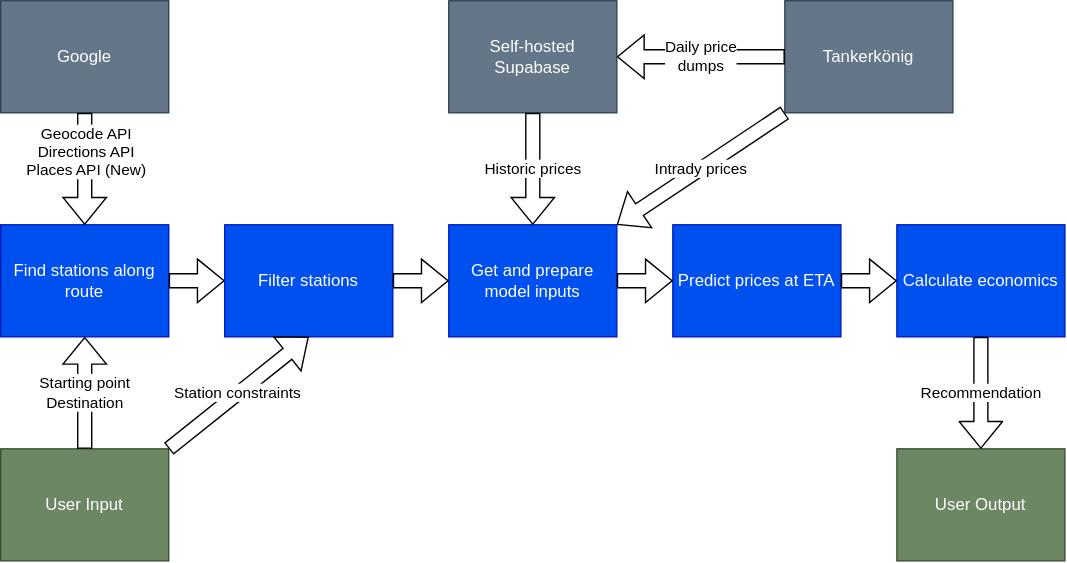
The draw.io diagram structure_graphs/dark_theme_workflow.drawio.svg in momade02/ds_project_main, before a commit. Source tidied: cells renumbered, new cells last; positions are measured from the earlier drawing's top-left corner, leaving out a move shared by most shapes. The source it was exported from:
```xml
<mxGraphModel>
  <root>
    <mxCell id="0" />
    <mxCell id="1" parent="0" />
    <mxCell id="2" value="Find stations along route" style="rounded=0;whiteSpace=wrap;html=1;fillColor=#0050ef;strokeColor=#001DBC;fontColor=#ffffff;" parent="1" vertex="1">
      <mxGeometry y="160" width="120" height="80" as="geometry" />
    </mxCell>
    <mxCell id="3" value="Get and prepare model inputs" style="rounded=0;whiteSpace=wrap;html=1;fillColor=#0050ef;strokeColor=#001DBC;fontColor=#ffffff;" parent="1" vertex="1">
      <mxGeometry x="320" y="160" width="120" height="80" as="geometry" />
    </mxCell>
    <mxCell id="4" value="Predict prices at ETA" style="rounded=0;whiteSpace=wrap;html=1;fillColor=#0050ef;strokeColor=#001DBC;fontColor=#ffffff;" parent="1" vertex="1">
      <mxGeometry x="480" y="160" width="120" height="80" as="geometry" />
    </mxCell>
    <mxCell id="5" value="Calculate economics" style="rounded=0;whiteSpace=wrap;html=1;fillColor=#0050ef;strokeColor=#001DBC;fontColor=#ffffff;" parent="1" vertex="1">
      <mxGeometry x="640" y="160" width="120" height="80" as="geometry" />
    </mxCell>
    <mxCell id="6" value="User Input" style="rounded=0;whiteSpace=wrap;html=1;fillColor=#6d8764;strokeColor=#3A5431;fontColor=#ffffff;" parent="1" vertex="1">
      <mxGeometry y="320" width="120" height="80" as="geometry" />
    </mxCell>
    <mxCell id="7" value="Starting point&lt;div&gt;Destination&lt;/div&gt;" style="shape=flexArrow;endArrow=classic;html=1;rounded=0;entryX=0.5;entryY=1;entryDx=0;entryDy=0;fillColor=none;" parent="1" edge="1" target="2">
      <mxGeometry relative="1" as="geometry">
        <mxPoint x="60" y="320" as="sourcePoint" />
      </mxGeometry>
    </mxCell>
    <mxCell id="8" value="Google" style="rounded=0;whiteSpace=wrap;html=1;fillColor=#647687;strokeColor=#314354;fontColor=#ffffff;" parent="1" vertex="1">
      <mxGeometry width="120" height="80" as="geometry" />
    </mxCell>
    <mxCell id="9" style="shape=flexArrow;endArrow=classic;html=1;rounded=0;entryX=0.5;entryY=0;entryDx=0;entryDy=0;" parent="1" edge="1" source="8" target="2">
      <mxGeometry relative="1" as="geometry" />
    </mxCell>
    <mxCell id="10" value="&lt;div&gt;Geocode API&lt;/div&gt;&lt;div&gt;Directions API&lt;/div&gt;&lt;div&gt;Places API (New)&lt;/div&gt;" style="edgeLabel;html=1;align=center;verticalAlign=middle;" parent="9" vertex="1">
      <mxGeometry x="-0.34" relative="1" as="geometry" />
    </mxCell>
    <mxCell id="11" style="shape=flexArrow;endArrow=classic;html=1;rounded=0;exitX=1;exitY=0.5;exitDx=0;exitDy=0;entryX=0;entryY=0.5;entryDx=0;entryDy=0;" parent="1" edge="1" source="2" target="20">
      <mxGeometry relative="1" as="geometry" />
    </mxCell>
    <mxCell id="12" style="shape=flexArrow;endArrow=classic;html=1;rounded=0;entryX=0;entryY=0.5;entryDx=0;entryDy=0;exitX=1;exitY=0.5;exitDx=0;exitDy=0;" parent="1" edge="1" source="3" target="4">
      <mxGeometry relative="1" as="geometry" />
    </mxCell>
    <mxCell id="13" style="shape=flexArrow;endArrow=classic;html=1;rounded=0;entryX=0;entryY=0.5;entryDx=0;entryDy=0;exitX=1;exitY=0.5;exitDx=0;exitDy=0;" parent="1" edge="1" source="4" target="5">
      <mxGeometry relative="1" as="geometry" />
    </mxCell>
    <mxCell id="14" value="Self-hosted Supabase" style="rounded=0;whiteSpace=wrap;html=1;fillColor=#647687;strokeColor=#314354;fontColor=#ffffff;" parent="1" vertex="1">
      <mxGeometry x="320" width="120" height="80" as="geometry" />
    </mxCell>
    <mxCell id="15" value="Tankerkönig" style="rounded=0;whiteSpace=wrap;html=1;fillColor=#647687;strokeColor=#314354;fontColor=#ffffff;" parent="1" vertex="1">
      <mxGeometry x="560" width="120" height="80" as="geometry" />
    </mxCell>
    <mxCell id="16" value="Historic prices" style="shape=flexArrow;endArrow=classic;html=1;rounded=0;exitX=0.5;exitY=1;exitDx=0;exitDy=0;entryX=0.5;entryY=0;entryDx=0;entryDy=0;" parent="1" edge="1" source="14" target="3">
      <mxGeometry relative="1" as="geometry" />
    </mxCell>
    <mxCell id="17" value="Intrady prices" style="shape=flexArrow;endArrow=classic;html=1;rounded=0;exitX=0;exitY=1;exitDx=0;exitDy=0;entryX=1;entryY=0;entryDx=0;entryDy=0;" parent="1" edge="1" source="15" target="3">
      <mxGeometry relative="1" as="geometry" />
    </mxCell>
    <mxCell id="18" value="Daily price&lt;br&gt;dumps" style="shape=flexArrow;endArrow=classic;html=1;rounded=0;exitX=0;exitY=0.5;exitDx=0;exitDy=0;entryX=1;entryY=0.5;entryDx=0;entryDy=0;fillColor=none;" parent="1" edge="1" source="15" target="14">
      <mxGeometry relative="1" as="geometry" />
    </mxCell>
    <mxCell id="19" value="User Output" style="rounded=0;whiteSpace=wrap;html=1;fillColor=#6d8764;strokeColor=#3A5431;fontColor=#ffffff;" parent="1" vertex="1">
      <mxGeometry x="640" y="320" width="120" height="80" as="geometry" />
    </mxCell>
    <mxCell id="20" value="Filter stations" style="rounded=0;whiteSpace=wrap;html=1;fillColor=#0050ef;strokeColor=#001DBC;fontColor=#ffffff;" parent="1" vertex="1">
      <mxGeometry x="160" y="160" width="120" height="80" as="geometry" />
    </mxCell>
    <mxCell id="21" style="shape=flexArrow;endArrow=classic;html=1;rounded=0;exitX=1;exitY=0.5;exitDx=0;exitDy=0;entryX=0;entryY=0.5;entryDx=0;entryDy=0;" parent="1" edge="1" source="20" target="3">
      <mxGeometry relative="1" as="geometry" />
    </mxCell>
    <mxCell id="22" value="Station constraints" style="shape=flexArrow;endArrow=classic;html=1;rounded=0;exitX=1;exitY=0;exitDx=0;exitDy=0;entryX=0.5;entryY=1;entryDx=0;entryDy=0;fillColor=none;" parent="1" edge="1" source="6" target="20">
      <mxGeometry relative="1" as="geometry" />
    </mxCell>
    <mxCell id="23" value="Recommendation&amp;nbsp;" style="shape=flexArrow;endArrow=classic;html=1;exitX=0.5;exitY=1;exitDx=0;exitDy=0;entryX=0.5;entryY=0;entryDx=0;entryDy=0;" parent="1" edge="1" source="5" target="19">
      <mxGeometry relative="1" as="geometry" />
    </mxCell>
  </root>
</mxGraphModel>
```
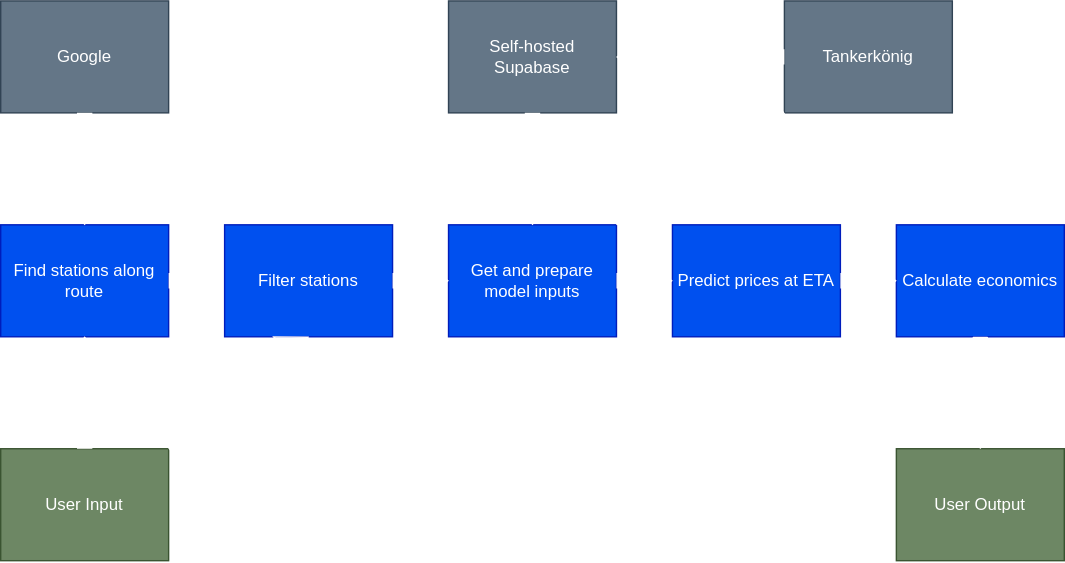
Above is the later version.

Commit message:
Refactor code structure for dark and light mode themes.

What changed in the source:
```diff
@@ -17,7 +17,7 @@
     <mxCell id="6" value="User Input" style="rounded=0;whiteSpace=wrap;html=1;fillColor=#6d8764;strokeColor=#3A5431;fontColor=#ffffff;" parent="1" vertex="1">
       <mxGeometry y="320" width="120" height="80" as="geometry" />
     </mxCell>
-    <mxCell id="7" value="Starting point&lt;div&gt;Destination&lt;/div&gt;" style="shape=flexArrow;endArrow=classic;html=1;rounded=0;entryX=0.5;entryY=1;entryDx=0;entryDy=0;fillColor=none;" parent="1" edge="1" target="2">
+    <mxCell id="7" value="&lt;font style=&quot;color: rgb(255, 255, 255);&quot;&gt;Starting point&lt;/font&gt;&lt;div&gt;&lt;font style=&quot;color: rgb(255, 255, 255);&quot;&gt;Destination&lt;/font&gt;&lt;/div&gt;" style="shape=flexArrow;endArrow=classic;html=1;rounded=0;entryX=0.5;entryY=1;entryDx=0;entryDy=0;fillColor=none;fontColor=#FFFFFF;labelBackgroundColor=none;strokeColor=#FFFFFF;labelPosition=right;verticalLabelPosition=middle;align=left;verticalAlign=middle;spacing=8;" parent="1" edge="1" target="2">
       <mxGeometry relative="1" as="geometry">
         <mxPoint x="60" y="320" as="sourcePoint" />
       </mxGeometry>
@@ -25,19 +25,24 @@
     <mxCell id="8" value="Google" style="rounded=0;whiteSpace=wrap;html=1;fillColor=#647687;strokeColor=#314354;fontColor=#ffffff;" parent="1" vertex="1">
       <mxGeometry width="120" height="80" as="geometry" />
     </mxCell>
-    <mxCell id="9" style="shape=flexArrow;endArrow=classic;html=1;rounded=0;entryX=0.5;entryY=0;entryDx=0;entryDy=0;" parent="1" edge="1" source="8" target="2">
+    <mxCell id="9" style="shape=flexArrow;endArrow=classic;html=1;rounded=0;entryX=0.5;entryY=0;entryDx=0;entryDy=0;fontColor=#FFFFFF;labelBackgroundColor=none;strokeColor=light-dark(#ffffff, #ededed);labelPosition=right;verticalLabelPosition=middle;align=left;verticalAlign=middle;" parent="1" edge="1" source="8" target="2">
       <mxGeometry relative="1" as="geometry" />
     </mxCell>
+    <mxCell id="24" value="&lt;div style=&quot;scrollbar-color: rgb(226, 226, 226) rgb(251, 251, 251);&quot;&gt;&lt;br&gt;&lt;/div&gt;" style="edgeLabel;html=1;align=center;verticalAlign=middle;fontFamily=Helvetica;fontSize=11;fontColor=light-dark(#ffffff, #ededed);labelBorderColor=none;labelBackgroundColor=none;" parent="9" vertex="1">
+      <mxGeometry x="-0.32" y="-4" relative="1" as="geometry" />
+    </mxCell>
-    <mxCell id="10" value="&lt;div&gt;Geocode API&lt;/div&gt;&lt;div&gt;Directions API&lt;/div&gt;&lt;div&gt;Places API (New)&lt;/div&gt;" style="edgeLabel;html=1;align=center;verticalAlign=middle;" parent="9" vertex="1">
-      <mxGeometry x="-0.34" relative="1" as="geometry" />
+    <mxCell id="10" value="Geocode API&lt;br&gt;Directions API&lt;br&gt;Places API (New)" style="edgeLabel;html=1;align=center;verticalAlign=middle;fontFamily=Helvetica;fontSize=11;fontColor=light-dark(#ffffff, #ededed);labelBorderColor=none;labelBackgroundColor=none;labelPosition=center;verticalLabelPosition=middle;horizontal=1;" parent="9" vertex="1">
+      <mxGeometry x="-0.22" y="1" relative="1" as="geometry">
+        <mxPoint x="49" as="offset" />
+      </mxGeometry>
     </mxCell>
-    <mxCell id="11" style="shape=flexArrow;endArrow=classic;html=1;rounded=0;exitX=1;exitY=0.5;exitDx=0;exitDy=0;entryX=0;entryY=0.5;entryDx=0;entryDy=0;" parent="1" edge="1" source="2" target="20">
+    <mxCell id="11" style="shape=flexArrow;endArrow=classic;html=1;rounded=0;exitX=1;exitY=0.5;exitDx=0;exitDy=0;entryX=0;entryY=0.5;entryDx=0;entryDy=0;strokeColor=light-dark(#ffffff, #ededed);" parent="1" edge="1" source="2" target="20">
       <mxGeometry relative="1" as="geometry" />
     </mxCell>
-    <mxCell id="12" style="shape=flexArrow;endArrow=classic;html=1;rounded=0;entryX=0;entryY=0.5;entryDx=0;entryDy=0;exitX=1;exitY=0.5;exitDx=0;exitDy=0;" parent="1" edge="1" source="3" target="4">
+    <mxCell id="12" style="shape=flexArrow;endArrow=classic;html=1;rounded=0;entryX=0;entryY=0.5;entryDx=0;entryDy=0;exitX=1;exitY=0.5;exitDx=0;exitDy=0;strokeColor=light-dark(#ffffff, #ededed);" parent="1" edge="1" source="3" target="4">
       <mxGeometry relative="1" as="geometry" />
     </mxCell>
-    <mxCell id="13" style="shape=flexArrow;endArrow=classic;html=1;rounded=0;entryX=0;entryY=0.5;entryDx=0;entryDy=0;exitX=1;exitY=0.5;exitDx=0;exitDy=0;" parent="1" edge="1" source="4" target="5">
+    <mxCell id="13" style="shape=flexArrow;endArrow=classic;html=1;rounded=0;entryX=0;entryY=0.5;entryDx=0;entryDy=0;exitX=1;exitY=0.5;exitDx=0;exitDy=0;strokeColor=light-dark(#ffffff, #ededed);" parent="1" edge="1" source="4" target="5">
       <mxGeometry relative="1" as="geometry" />
     </mxCell>
     <mxCell id="14" value="Self-hosted Supabase" style="rounded=0;whiteSpace=wrap;html=1;fillColor=#647687;strokeColor=#314354;fontColor=#ffffff;" parent="1" vertex="1">
@@ -46,14 +51,17 @@
     <mxCell id="15" value="Tankerkönig" style="rounded=0;whiteSpace=wrap;html=1;fillColor=#647687;strokeColor=#314354;fontColor=#ffffff;" parent="1" vertex="1">
       <mxGeometry x="560" width="120" height="80" as="geometry" />
     </mxCell>
-    <mxCell id="16" value="Historic prices" style="shape=flexArrow;endArrow=classic;html=1;rounded=0;exitX=0.5;exitY=1;exitDx=0;exitDy=0;entryX=0.5;entryY=0;entryDx=0;entryDy=0;" parent="1" edge="1" source="14" target="3">
+    <mxCell id="16" value="Historic prices" style="shape=flexArrow;endArrow=classic;html=1;rounded=0;exitX=0.5;exitY=1;exitDx=0;exitDy=0;entryX=0.5;entryY=0;entryDx=0;entryDy=0;fillColor=none;fillStyle=auto;fontColor=light-dark(#ffffff, #ededed);textShadow=0;labelBorderColor=none;strokeColor=light-dark(#ffffff, #ededed);labelBackgroundColor=none;labelPosition=left;verticalLabelPosition=middle;align=right;verticalAlign=middle;spacingLeft=-1;spacingBottom=0;spacing=10;spacingTop=-25;" parent="1" edge="1" source="14" target="3">
       <mxGeometry relative="1" as="geometry" />
     </mxCell>
-    <mxCell id="17" value="Intrady prices" style="shape=flexArrow;endArrow=classic;html=1;rounded=0;exitX=0;exitY=1;exitDx=0;exitDy=0;entryX=1;entryY=0;entryDx=0;entryDy=0;" parent="1" edge="1" source="15" target="3">
+    <mxCell id="17" value="Intrady prices" style="shape=flexArrow;endArrow=classic;html=1;rounded=0;exitX=0;exitY=1;exitDx=0;exitDy=0;entryX=1;entryY=0;entryDx=0;entryDy=0;fontColor=light-dark(#ffffff, #ededed);labelBackgroundColor=none;strokeColor=light-dark(#ffffff, #ededed);labelPosition=left;verticalLabelPosition=top;align=right;verticalAlign=bottom;spacing=5;" parent="1" edge="1" source="15" target="3">
       <mxGeometry relative="1" as="geometry" />
     </mxCell>
-    <mxCell id="18" value="Daily price&lt;br&gt;dumps" style="shape=flexArrow;endArrow=classic;html=1;rounded=0;exitX=0;exitY=0.5;exitDx=0;exitDy=0;entryX=1;entryY=0.5;entryDx=0;entryDy=0;fillColor=none;" parent="1" edge="1" source="15" target="14">
-      <mxGeometry relative="1" as="geometry" />
+    <mxCell id="18" value="Daily price dumps&lt;div&gt;&lt;br&gt;&lt;/div&gt;" style="shape=flexArrow;endArrow=classic;html=1;rounded=0;exitX=0;exitY=0.5;exitDx=0;exitDy=0;entryX=1;entryY=0.5;entryDx=0;entryDy=0;fillColor=none;fontColor=light-dark(#ffffff, #ededed);strokeColor=light-dark(#ffffff, #ededed);labelBackgroundColor=none;horizontal=1;fontSize=11;verticalAlign=bottom;spacing=2;spacingLeft=12;" parent="1" edge="1">
+      <mxGeometry relative="1" as="geometry">
+        <mxPoint x="560" y="40" as="sourcePoint" />
+        <mxPoint x="440" y="40" as="targetPoint" />
+      </mxGeometry>
     </mxCell>
     <mxCell id="19" value="User Output" style="rounded=0;whiteSpace=wrap;html=1;fillColor=#6d8764;strokeColor=#3A5431;fontColor=#ffffff;" parent="1" vertex="1">
       <mxGeometry x="640" y="320" width="120" height="80" as="geometry" />
@@ -61,13 +69,13 @@
     <mxCell id="20" value="Filter stations" style="rounded=0;whiteSpace=wrap;html=1;fillColor=#0050ef;strokeColor=#001DBC;fontColor=#ffffff;" parent="1" vertex="1">
       <mxGeometry x="160" y="160" width="120" height="80" as="geometry" />
     </mxCell>
-    <mxCell id="21" style="shape=flexArrow;endArrow=classic;html=1;rounded=0;exitX=1;exitY=0.5;exitDx=0;exitDy=0;entryX=0;entryY=0.5;entryDx=0;entryDy=0;" parent="1" edge="1" source="20" target="3">
+    <mxCell id="21" style="shape=flexArrow;endArrow=classic;html=1;rounded=0;exitX=1;exitY=0.5;exitDx=0;exitDy=0;entryX=0;entryY=0.5;entryDx=0;entryDy=0;strokeColor=#FFFFFF;" parent="1" edge="1" source="20" target="3">
       <mxGeometry relative="1" as="geometry" />
     </mxCell>
-    <mxCell id="22" value="Station constraints" style="shape=flexArrow;endArrow=classic;html=1;rounded=0;exitX=1;exitY=0;exitDx=0;exitDy=0;entryX=0.5;entryY=1;entryDx=0;entryDy=0;fillColor=none;" parent="1" edge="1" source="6" target="20">
+    <mxCell id="22" value="&lt;font style=&quot;color: light-dark(rgb(255, 255, 255), rgb(237, 237, 237));&quot;&gt;Station constraints&lt;/font&gt;" style="shape=flexArrow;endArrow=classic;html=1;rounded=0;exitX=1;exitY=0;exitDx=0;exitDy=0;entryX=0.5;entryY=1;entryDx=0;entryDy=0;fillColor=none;strokeColor=#FFFFFF;fontColor=light-dark(#ffffff, #ededed);labelBackgroundColor=none;labelPosition=right;verticalLabelPosition=bottom;align=left;verticalAlign=top;" parent="1" edge="1" source="6" target="20">
       <mxGeometry relative="1" as="geometry" />
     </mxCell>
-    <mxCell id="23" value="Recommendation&amp;nbsp;" style="shape=flexArrow;endArrow=classic;html=1;exitX=0.5;exitY=1;exitDx=0;exitDy=0;entryX=0.5;entryY=0;entryDx=0;entryDy=0;" parent="1" edge="1" source="5" target="19">
+    <mxCell id="23" value="Recommendation" style="shape=flexArrow;endArrow=classic;html=1;exitX=0.5;exitY=1;exitDx=0;exitDy=0;entryX=0.5;entryY=0;entryDx=0;entryDy=0;strokeColor=light-dark(#ffffff, #ededed);fontColor=#FFFFFF;labelBackgroundColor=none;labelPosition=left;verticalLabelPosition=middle;align=right;verticalAlign=middle;spacing=9;" parent="1" edge="1" source="5" target="19">
       <mxGeometry relative="1" as="geometry" />
     </mxCell>
   </root>
```
